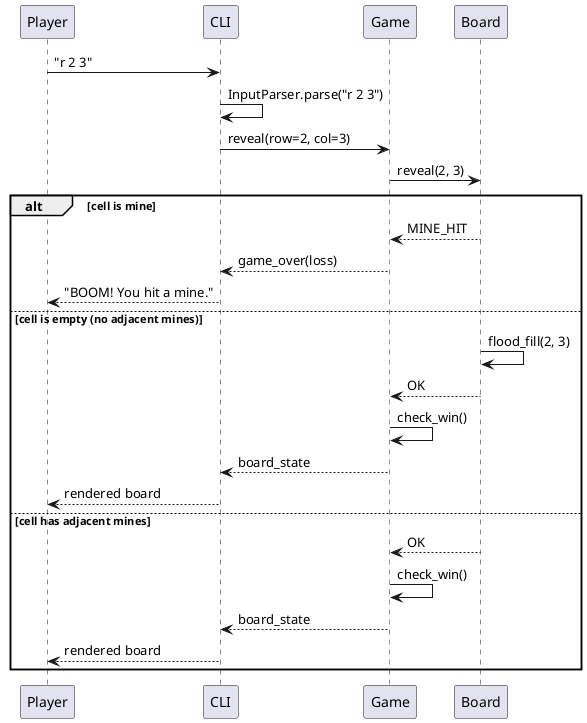
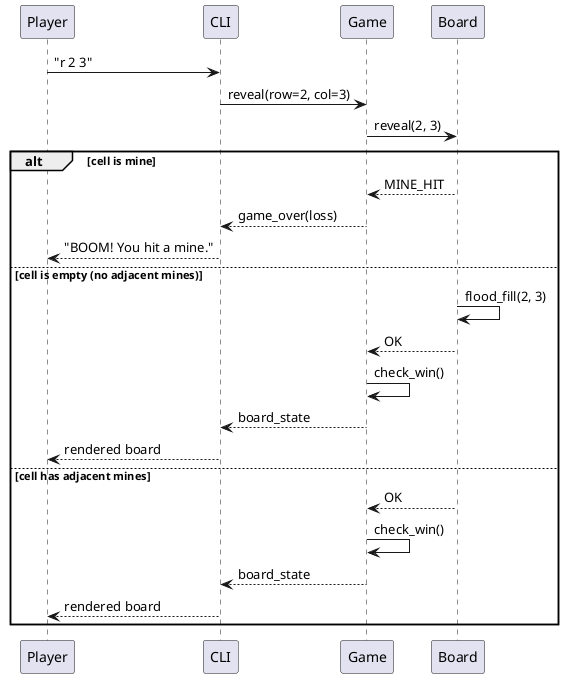
@startuml seq-reveal-cell
participant Player
participant CLI
participant Game
participant Board

Player -> CLI : "r 2 3"
- CLI -> CLI : InputParser.parse("r 2 3")
CLI -> Game : reveal(row=2, col=3)
Game -> Board : reveal(2, 3)
alt cell is mine
  Board --> Game : MINE_HIT
  Game --> CLI : game_over(loss)
  CLI --> Player : "BOOM! You hit a mine."
else cell is empty (no adjacent mines)
  Board -> Board : flood_fill(2, 3)
  Board --> Game : OK
  Game -> Game : check_win()
  Game --> CLI : board_state
  CLI --> Player : rendered board
else cell has adjacent mines
  Board --> Game : OK
  Game -> Game : check_win()
  Game --> CLI : board_state
  CLI --> Player : rendered board
end
@enduml
